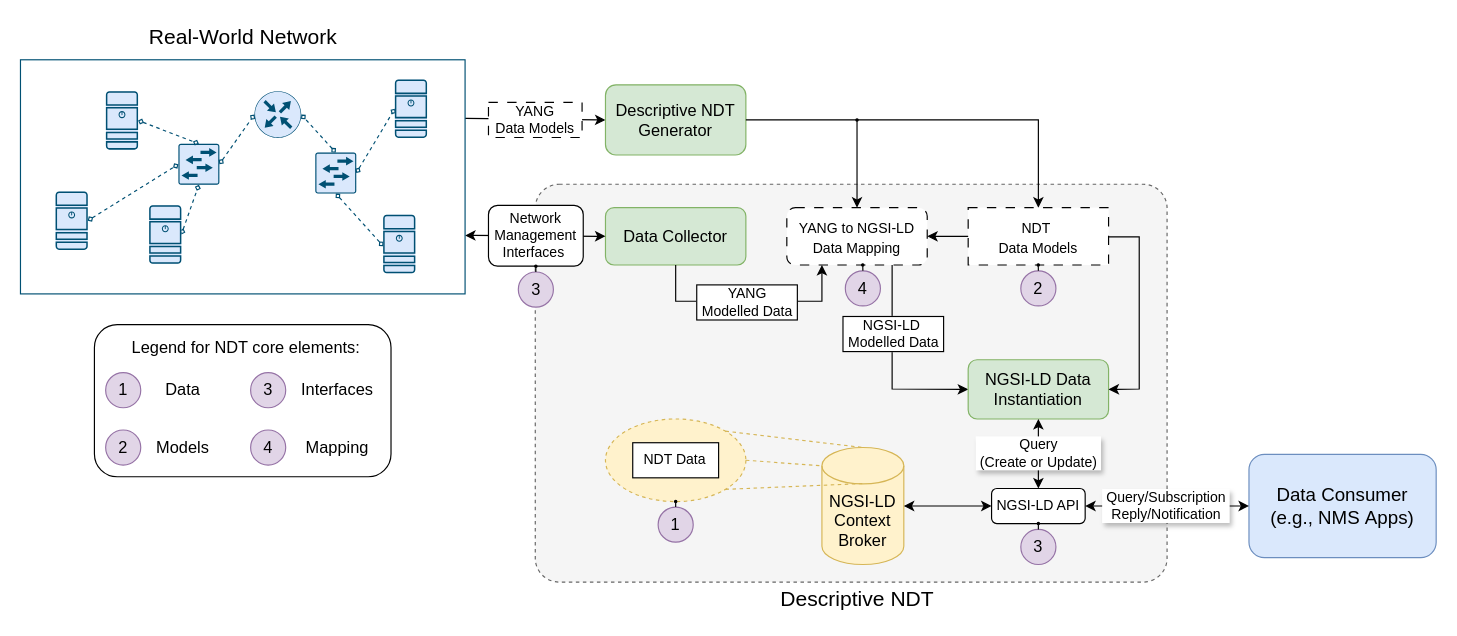
Above: page "NDT-solution-Arch-v2.5" (13 of 13) of resources/images/data-integration-ngsi-ld.drawio in giros-dit/yang-to-ngsi-ld (draw.io), before the change. Source tidied: cells renumbered, new cells numbered last; positions are measured from the earlier drawing's top-left corner, leaving out a move shared by most shapes. Both pictures are drawn from the tidied source at 117%, with x=0, y=0 at pixel (20, 20).
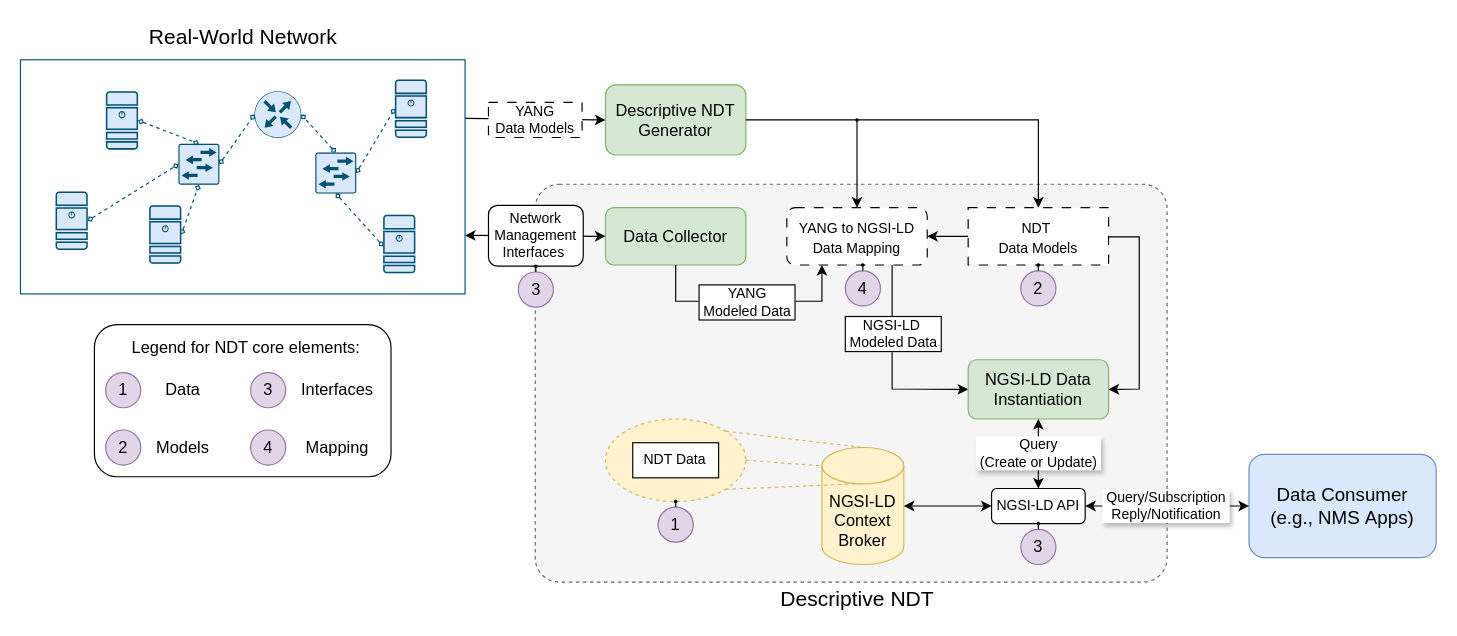
The same page after the edit.

The change refers to these unchanged cells:
```xml
<mxCell id="25" style="endArrow=classic;rounded=0;labelBackgroundColor=#F5F5F5;fontColor=default;html=1;labelBorderColor=none;strokeColor=default;fontFamily=Helvetica;exitX=0.75;exitY=1;exitDx=0;exitDy=0;entryX=0;entryY=0.5;entryDx=0;entryDy=0;" parent="1" edge="1" source="42" target="27">
  <mxGeometry relative="1" as="geometry">
    <Array as="points">
      <mxPoint x="745" y="315" />
    </Array>
  </mxGeometry>
</mxCell>
```

Change to the diagram source:
```diff
@@
-    <mxCell id="26" value="&lt;span style=&quot;&quot;&gt;&lt;font style=&quot;font-size: 12px;&quot;&gt;NGSI-LD&amp;nbsp;&lt;/font&gt;&lt;/span&gt;&lt;div&gt;&lt;span style=&quot;&quot;&gt;&lt;font style=&quot;font-size: 12px;&quot;&gt;&amp;nbsp;Modelled Data&amp;nbsp;&lt;/font&gt;&lt;/span&gt;&lt;/div&gt;" style="edgeLabel;html=1;align=center;verticalAlign=middle;fontFamily=Helvetica;labelBorderColor=default;labelBackgroundColor=#FFFFFF;rotation=0;" parent="25" vertex="1">
+    <mxCell id="26" value="&lt;span style=&quot;&quot;&gt;&lt;font style=&quot;font-size: 12px;&quot;&gt;NGSI-LD&amp;nbsp;&lt;/font&gt;&lt;/span&gt;&lt;div&gt;&lt;span style=&quot;&quot;&gt;&lt;font style=&quot;font-size: 12px;&quot;&gt;&amp;nbsp;Modeled Data&amp;nbsp;&lt;/font&gt;&lt;/span&gt;&lt;/div&gt;" style="edgeLabel;html=1;align=center;verticalAlign=middle;fontFamily=Helvetica;labelBorderColor=default;labelBackgroundColor=#FFFFFF;rotation=0;" parent="25" vertex="1">
       <mxGeometry x="-0.15" relative="1" as="geometry">
         <mxPoint y="-15" as="offset" />
       </mxGeometry>
     </mxCell>
@@
-    <mxCell id="44" value="&lt;div&gt;&lt;span style=&quot;&quot;&gt;&lt;font style=&quot;font-size: 12px;&quot;&gt;YANG&lt;/font&gt;&lt;/span&gt;&lt;/div&gt;&lt;div&gt;&lt;span style=&quot;&quot;&gt;&lt;font style=&quot;font-size: 12px;&quot;&gt;&amp;nbsp;Modelled Data&amp;nbsp;&lt;/font&gt;&lt;/span&gt;&lt;/div&gt;" style="edgeLabel;html=1;align=center;verticalAlign=middle;fontFamily=Helvetica;labelBorderColor=default;labelBackgroundColor=#FFFFFF;rotation=0;" parent="1" vertex="1">
+    <mxCell id="44" value="&lt;div&gt;&lt;span style=&quot;&quot;&gt;&lt;font style=&quot;font-size: 12px;&quot;&gt;YANG&lt;/font&gt;&lt;/span&gt;&lt;/div&gt;&lt;div&gt;&lt;span style=&quot;&quot;&gt;&lt;font style=&quot;font-size: 12px;&quot;&gt;&amp;nbsp;Modeled Data&amp;nbsp;&lt;/font&gt;&lt;/span&gt;&lt;/div&gt;" style="edgeLabel;html=1;align=center;verticalAlign=middle;fontFamily=Helvetica;labelBorderColor=default;labelBackgroundColor=#FFFFFF;rotation=0;" parent="1" vertex="1">
       <mxGeometry x="634.7" y="241" as="geometry">
         <mxPoint x="-14" y="-1" as="offset" />
       </mxGeometry>
     </mxCell>
```
